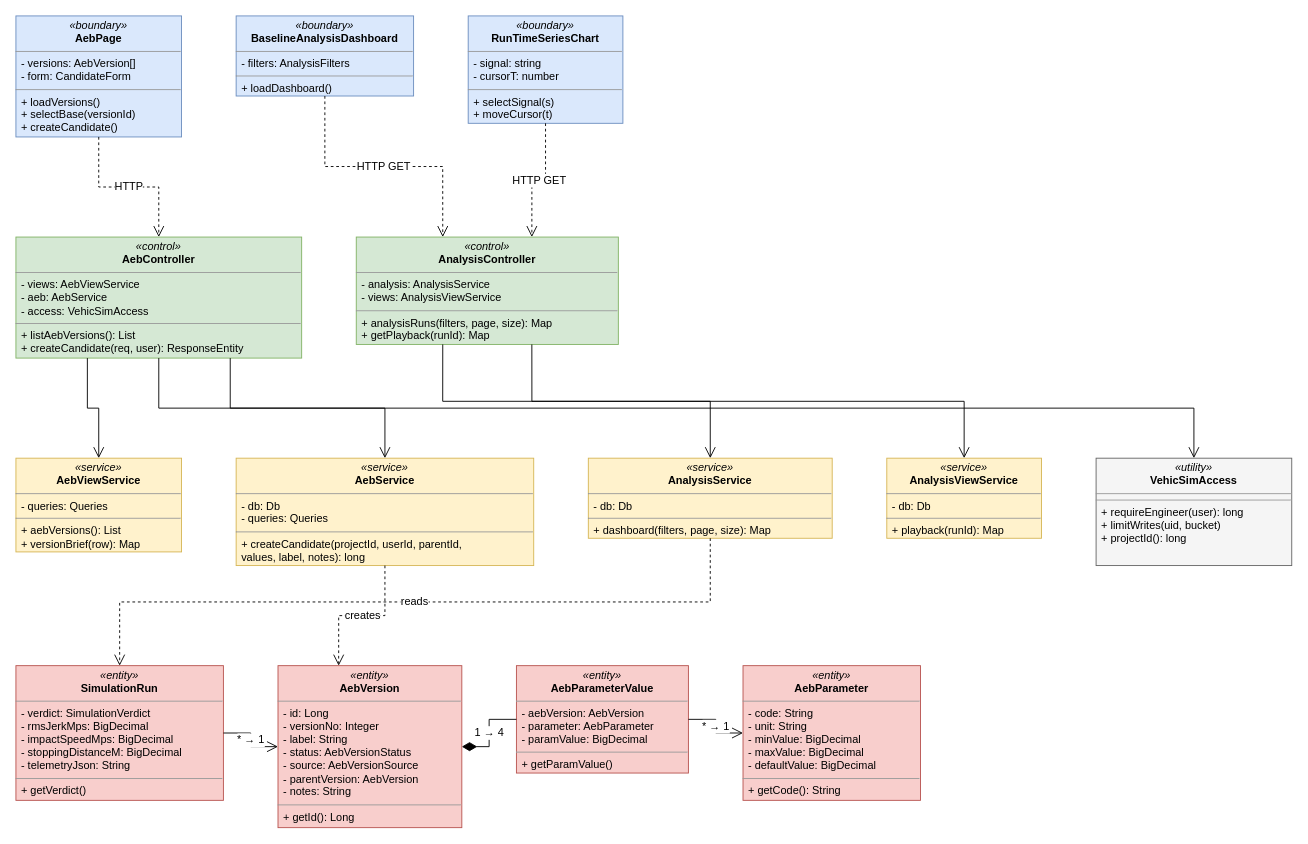
Above: docs/report/diagrams/fe09-11/fe10-class.drawio in Menakanchi/SEP490-FA26-G15 (draw.io), before the change. Source tidied: cells renumbered, new cells numbered last; positions are measured from the earlier drawing's top-left corner, leaving out a move shared by most shapes. Both pictures are drawn from the tidied source at 91%, with x=0, y=0 at pixel (15, 15).
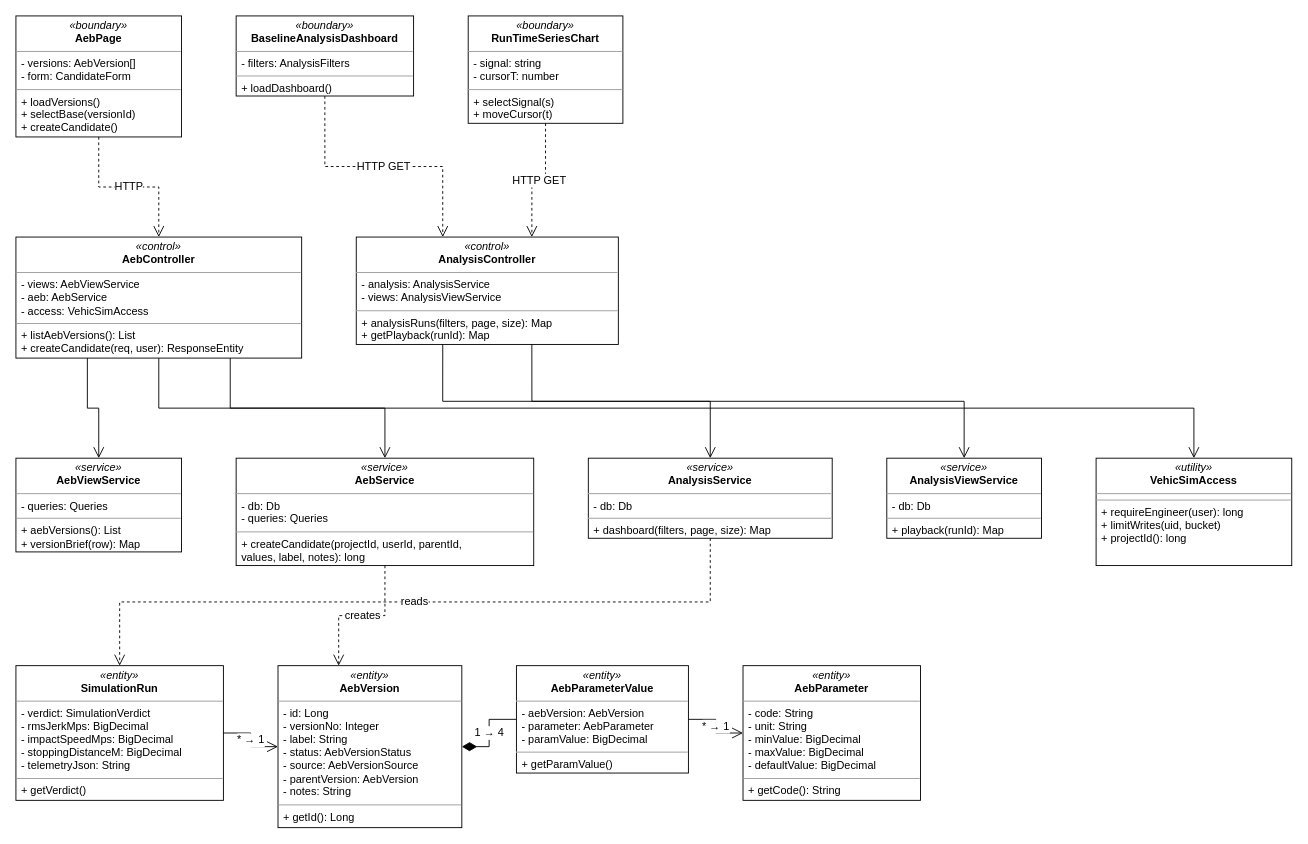
The same page after the edit.

Diff of the diagram source:
```diff
@@
-    <mxCell id="2" value="&lt;p style=&quot;margin:0;margin-top:4px;text-align:center;&quot;&gt;&lt;i&gt;&amp;laquo;boundary&amp;raquo;&lt;/i&gt;&lt;br&gt;&lt;b&gt;AebPage&lt;/b&gt;&lt;/p&gt;&lt;hr size=&quot;1&quot;&gt;&lt;p style=&quot;margin:0 0 0 6px;&quot;&gt;- versions: AebVersion[]&lt;br&gt;- form: CandidateForm&lt;/p&gt;&lt;hr size=&quot;1&quot;&gt;&lt;p style=&quot;margin:0 0 0 6px;&quot;&gt;+ loadVersions()&lt;br&gt;+ selectBase(versionId)&lt;br&gt;+ createCandidate()&lt;/p&gt;" style="verticalAlign=top;align=left;overflow=fill;html=1;whiteSpace=wrap;fontFamily=Helvetica;fontSize=12;fillColor=#dae8fc;strokeColor=#6c8ebf;" parent="1" vertex="1">
+    <mxCell id="2" value="&lt;p style=&quot;margin:0;margin-top:4px;text-align:center;&quot;&gt;&lt;i&gt;&amp;laquo;boundary&amp;raquo;&lt;/i&gt;&lt;br&gt;&lt;b&gt;AebPage&lt;/b&gt;&lt;/p&gt;&lt;hr size=&quot;1&quot;&gt;&lt;p style=&quot;margin:0 0 0 6px;&quot;&gt;- versions: AebVersion[]&lt;br&gt;- form: CandidateForm&lt;/p&gt;&lt;hr size=&quot;1&quot;&gt;&lt;p style=&quot;margin:0 0 0 6px;&quot;&gt;+ loadVersions()&lt;br&gt;+ selectBase(versionId)&lt;br&gt;+ createCandidate()&lt;/p&gt;" style="verticalAlign=top;align=left;overflow=fill;html=1;whiteSpace=wrap;fontFamily=Helvetica;fontSize=12;fillColor=#ffffff;strokeColor=#000000;" parent="1" vertex="1">
       <mxGeometry width="182" height="133" as="geometry" />
     </mxCell>
-    <mxCell id="3" value="&lt;p style=&quot;margin:0;margin-top:4px;text-align:center;&quot;&gt;&lt;i&gt;&amp;laquo;boundary&amp;raquo;&lt;/i&gt;&lt;br&gt;&lt;b&gt;BaselineAnalysisDashboard&lt;/b&gt;&lt;/p&gt;&lt;hr size=&quot;1&quot;&gt;&lt;p style=&quot;margin:0 0 0 6px;&quot;&gt;- filters: AnalysisFilters&lt;/p&gt;&lt;hr size=&quot;1&quot;&gt;&lt;p style=&quot;margin:0 0 0 6px;&quot;&gt;+ loadDashboard()&lt;/p&gt;" style="verticalAlign=top;align=left;overflow=fill;html=1;whiteSpace=wrap;fontFamily=Helvetica;fontSize=12;fillColor=#dae8fc;strokeColor=#6c8ebf;" parent="1" vertex="1">
+    <mxCell id="3" value="&lt;p style=&quot;margin:0;margin-top:4px;text-align:center;&quot;&gt;&lt;i&gt;&amp;laquo;boundary&amp;raquo;&lt;/i&gt;&lt;br&gt;&lt;b&gt;BaselineAnalysisDashboard&lt;/b&gt;&lt;/p&gt;&lt;hr size=&quot;1&quot;&gt;&lt;p style=&quot;margin:0 0 0 6px;&quot;&gt;- filters: AnalysisFilters&lt;/p&gt;&lt;hr size=&quot;1&quot;&gt;&lt;p style=&quot;margin:0 0 0 6px;&quot;&gt;+ loadDashboard()&lt;/p&gt;" style="verticalAlign=top;align=left;overflow=fill;html=1;whiteSpace=wrap;fontFamily=Helvetica;fontSize=12;fillColor=#ffffff;strokeColor=#000000;" parent="1" vertex="1">
       <mxGeometry x="242" width="195" height="88" as="geometry" />
     </mxCell>
-    <mxCell id="4" value="&lt;p style=&quot;margin:0;margin-top:4px;text-align:center;&quot;&gt;&lt;i&gt;&amp;laquo;boundary&amp;raquo;&lt;/i&gt;&lt;br&gt;&lt;b&gt;RunTimeSeriesChart&lt;/b&gt;&lt;/p&gt;&lt;hr size=&quot;1&quot;&gt;&lt;p style=&quot;margin:0 0 0 6px;&quot;&gt;- signal: string&lt;br&gt;- cursorT: number&lt;/p&gt;&lt;hr size=&quot;1&quot;&gt;&lt;p style=&quot;margin:0 0 0 6px;&quot;&gt;+ selectSignal(s)&lt;br&gt;+ moveCursor(t)&lt;/p&gt;" style="verticalAlign=top;align=left;overflow=fill;html=1;whiteSpace=wrap;fontFamily=Helvetica;fontSize=12;fillColor=#dae8fc;strokeColor=#6c8ebf;" parent="1" vertex="1">
+    <mxCell id="4" value="&lt;p style=&quot;margin:0;margin-top:4px;text-align:center;&quot;&gt;&lt;i&gt;&amp;laquo;boundary&amp;raquo;&lt;/i&gt;&lt;br&gt;&lt;b&gt;RunTimeSeriesChart&lt;/b&gt;&lt;/p&gt;&lt;hr size=&quot;1&quot;&gt;&lt;p style=&quot;margin:0 0 0 6px;&quot;&gt;- signal: string&lt;br&gt;- cursorT: number&lt;/p&gt;&lt;hr size=&quot;1&quot;&gt;&lt;p style=&quot;margin:0 0 0 6px;&quot;&gt;+ selectSignal(s)&lt;br&gt;+ moveCursor(t)&lt;/p&gt;" style="verticalAlign=top;align=left;overflow=fill;html=1;whiteSpace=wrap;fontFamily=Helvetica;fontSize=12;fillColor=#ffffff;strokeColor=#000000;" parent="1" vertex="1">
       <mxGeometry x="497" width="170" height="118" as="geometry" />
     </mxCell>
-    <mxCell id="5" value="&lt;p style=&quot;margin:0;margin-top:4px;text-align:center;&quot;&gt;&lt;i&gt;&amp;laquo;control&amp;raquo;&lt;/i&gt;&lt;br&gt;&lt;b&gt;AebController&lt;/b&gt;&lt;/p&gt;&lt;hr size=&quot;1&quot;&gt;&lt;p style=&quot;margin:0 0 0 6px;&quot;&gt;- views: AebViewService&lt;br&gt;- aeb: AebService&lt;br&gt;- access: VehicSimAccess&lt;/p&gt;&lt;hr size=&quot;1&quot;&gt;&lt;p style=&quot;margin:0 0 0 6px;&quot;&gt;+ listAebVersions(): List&lt;br&gt;+ createCandidate(req, user): ResponseEntity&lt;/p&gt;" style="verticalAlign=top;align=left;overflow=fill;html=1;whiteSpace=wrap;fontFamily=Helvetica;fontSize=12;fillColor=#d5e8d4;strokeColor=#82b366;" parent="1" vertex="1">
+    <mxCell id="5" value="&lt;p style=&quot;margin:0;margin-top:4px;text-align:center;&quot;&gt;&lt;i&gt;&amp;laquo;control&amp;raquo;&lt;/i&gt;&lt;br&gt;&lt;b&gt;AebController&lt;/b&gt;&lt;/p&gt;&lt;hr size=&quot;1&quot;&gt;&lt;p style=&quot;margin:0 0 0 6px;&quot;&gt;- views: AebViewService&lt;br&gt;- aeb: AebService&lt;br&gt;- access: VehicSimAccess&lt;/p&gt;&lt;hr size=&quot;1&quot;&gt;&lt;p style=&quot;margin:0 0 0 6px;&quot;&gt;+ listAebVersions(): List&lt;br&gt;+ createCandidate(req, user): ResponseEntity&lt;/p&gt;" style="verticalAlign=top;align=left;overflow=fill;html=1;whiteSpace=wrap;fontFamily=Helvetica;fontSize=12;fillColor=#ffffff;strokeColor=#000000;" parent="1" vertex="1">
       <mxGeometry y="243" width="314" height="133" as="geometry" />
     </mxCell>
-    <mxCell id="6" value="&lt;p style=&quot;margin:0;margin-top:4px;text-align:center;&quot;&gt;&lt;i&gt;&amp;laquo;control&amp;raquo;&lt;/i&gt;&lt;br&gt;&lt;b&gt;AnalysisController&lt;/b&gt;&lt;/p&gt;&lt;hr size=&quot;1&quot;&gt;&lt;p style=&quot;margin:0 0 0 6px;&quot;&gt;- analysis: AnalysisService&lt;br&gt;- views: AnalysisViewService&lt;/p&gt;&lt;hr size=&quot;1&quot;&gt;&lt;p style=&quot;margin:0 0 0 6px;&quot;&gt;+ analysisRuns(filters, page, size): Map&lt;br&gt;+ getPlayback(runId): Map&lt;/p&gt;" style="verticalAlign=top;align=left;overflow=fill;html=1;whiteSpace=wrap;fontFamily=Helvetica;fontSize=12;fillColor=#d5e8d4;strokeColor=#82b366;" parent="1" vertex="1">
+    <mxCell id="6" value="&lt;p style=&quot;margin:0;margin-top:4px;text-align:center;&quot;&gt;&lt;i&gt;&amp;laquo;control&amp;raquo;&lt;/i&gt;&lt;br&gt;&lt;b&gt;AnalysisController&lt;/b&gt;&lt;/p&gt;&lt;hr size=&quot;1&quot;&gt;&lt;p style=&quot;margin:0 0 0 6px;&quot;&gt;- analysis: AnalysisService&lt;br&gt;- views: AnalysisViewService&lt;/p&gt;&lt;hr size=&quot;1&quot;&gt;&lt;p style=&quot;margin:0 0 0 6px;&quot;&gt;+ analysisRuns(filters, page, size): Map&lt;br&gt;+ getPlayback(runId): Map&lt;/p&gt;" style="verticalAlign=top;align=left;overflow=fill;html=1;whiteSpace=wrap;fontFamily=Helvetica;fontSize=12;fillColor=#ffffff;strokeColor=#000000;" parent="1" vertex="1">
       <mxGeometry x="374" y="243" width="288" height="118" as="geometry" />
     </mxCell>
-    <mxCell id="7" value="&lt;p style=&quot;margin:0;margin-top:4px;text-align:center;&quot;&gt;&lt;i&gt;&amp;laquo;service&amp;raquo;&lt;/i&gt;&lt;br&gt;&lt;b&gt;AebViewService&lt;/b&gt;&lt;/p&gt;&lt;hr size=&quot;1&quot;&gt;&lt;p style=&quot;margin:0 0 0 6px;&quot;&gt;- queries: Queries&lt;/p&gt;&lt;hr size=&quot;1&quot;&gt;&lt;p style=&quot;margin:0 0 0 6px;&quot;&gt;+ aebVersions(): List&lt;br&gt;+ versionBrief(row): Map&lt;/p&gt;" style="verticalAlign=top;align=left;overflow=fill;html=1;whiteSpace=wrap;fontFamily=Helvetica;fontSize=12;fillColor=#fff2cc;strokeColor=#d6b656;" parent="1" vertex="1">
+    <mxCell id="7" value="&lt;p style=&quot;margin:0;margin-top:4px;text-align:center;&quot;&gt;&lt;i&gt;&amp;laquo;service&amp;raquo;&lt;/i&gt;&lt;br&gt;&lt;b&gt;AebViewService&lt;/b&gt;&lt;/p&gt;&lt;hr size=&quot;1&quot;&gt;&lt;p style=&quot;margin:0 0 0 6px;&quot;&gt;- queries: Queries&lt;/p&gt;&lt;hr size=&quot;1&quot;&gt;&lt;p style=&quot;margin:0 0 0 6px;&quot;&gt;+ aebVersions(): List&lt;br&gt;+ versionBrief(row): Map&lt;/p&gt;" style="verticalAlign=top;align=left;overflow=fill;html=1;whiteSpace=wrap;fontFamily=Helvetica;fontSize=12;fillColor=#ffffff;strokeColor=#000000;" parent="1" vertex="1">
       <mxGeometry y="486" width="182" height="103" as="geometry" />
     </mxCell>
-    <mxCell id="8" value="&lt;p style=&quot;margin:0;margin-top:4px;text-align:center;&quot;&gt;&lt;i&gt;&amp;laquo;service&amp;raquo;&lt;/i&gt;&lt;br&gt;&lt;b&gt;AebService&lt;/b&gt;&lt;/p&gt;&lt;hr size=&quot;1&quot;&gt;&lt;p style=&quot;margin:0 0 0 6px;&quot;&gt;- db: Db&lt;br&gt;- queries: Queries&lt;/p&gt;&lt;hr size=&quot;1&quot;&gt;&lt;p style=&quot;margin:0 0 0 6px;&quot;&gt;+ createCandidate(projectId, userId, parentId,&lt;br&gt;      values, label, notes): long&lt;/p&gt;" style="verticalAlign=top;align=left;overflow=fill;html=1;whiteSpace=wrap;fontFamily=Helvetica;fontSize=12;fillColor=#fff2cc;strokeColor=#d6b656;" parent="1" vertex="1">
+    <mxCell id="8" value="&lt;p style=&quot;margin:0;margin-top:4px;text-align:center;&quot;&gt;&lt;i&gt;&amp;laquo;service&amp;raquo;&lt;/i&gt;&lt;br&gt;&lt;b&gt;AebService&lt;/b&gt;&lt;/p&gt;&lt;hr size=&quot;1&quot;&gt;&lt;p style=&quot;margin:0 0 0 6px;&quot;&gt;- db: Db&lt;br&gt;- queries: Queries&lt;/p&gt;&lt;hr size=&quot;1&quot;&gt;&lt;p style=&quot;margin:0 0 0 6px;&quot;&gt;+ createCandidate(projectId, userId, parentId,&lt;br&gt;      values, label, notes): long&lt;/p&gt;" style="verticalAlign=top;align=left;overflow=fill;html=1;whiteSpace=wrap;fontFamily=Helvetica;fontSize=12;fillColor=#ffffff;strokeColor=#000000;" parent="1" vertex="1">
       <mxGeometry x="242" y="486" width="327" height="118" as="geometry" />
     </mxCell>
-    <mxCell id="9" value="&lt;p style=&quot;margin:0;margin-top:4px;text-align:center;&quot;&gt;&lt;i&gt;&amp;laquo;service&amp;raquo;&lt;/i&gt;&lt;br&gt;&lt;b&gt;AnalysisService&lt;/b&gt;&lt;/p&gt;&lt;hr size=&quot;1&quot;&gt;&lt;p style=&quot;margin:0 0 0 6px;&quot;&gt;- db: Db&lt;/p&gt;&lt;hr size=&quot;1&quot;&gt;&lt;p style=&quot;margin:0 0 0 6px;&quot;&gt;+ dashboard(filters, page, size): Map&lt;/p&gt;" style="verticalAlign=top;align=left;overflow=fill;html=1;whiteSpace=wrap;fontFamily=Helvetica;fontSize=12;fillColor=#fff2cc;strokeColor=#d6b656;" parent="1" vertex="1">
+    <mxCell id="9" value="&lt;p style=&quot;margin:0;margin-top:4px;text-align:center;&quot;&gt;&lt;i&gt;&amp;laquo;service&amp;raquo;&lt;/i&gt;&lt;br&gt;&lt;b&gt;AnalysisService&lt;/b&gt;&lt;/p&gt;&lt;hr size=&quot;1&quot;&gt;&lt;p style=&quot;margin:0 0 0 6px;&quot;&gt;- db: Db&lt;/p&gt;&lt;hr size=&quot;1&quot;&gt;&lt;p style=&quot;margin:0 0 0 6px;&quot;&gt;+ dashboard(filters, page, size): Map&lt;/p&gt;" style="verticalAlign=top;align=left;overflow=fill;html=1;whiteSpace=wrap;fontFamily=Helvetica;fontSize=12;fillColor=#ffffff;strokeColor=#000000;" parent="1" vertex="1">
       <mxGeometry x="629" y="486" width="268" height="88" as="geometry" />
     </mxCell>
-    <mxCell id="10" value="&lt;p style=&quot;margin:0;margin-top:4px;text-align:center;&quot;&gt;&lt;i&gt;&amp;laquo;service&amp;raquo;&lt;/i&gt;&lt;br&gt;&lt;b&gt;AnalysisViewService&lt;/b&gt;&lt;/p&gt;&lt;hr size=&quot;1&quot;&gt;&lt;p style=&quot;margin:0 0 0 6px;&quot;&gt;- db: Db&lt;/p&gt;&lt;hr size=&quot;1&quot;&gt;&lt;p style=&quot;margin:0 0 0 6px;&quot;&gt;+ playback(runId): Map&lt;/p&gt;" style="verticalAlign=top;align=left;overflow=fill;html=1;whiteSpace=wrap;fontFamily=Helvetica;fontSize=12;fillColor=#fff2cc;strokeColor=#d6b656;" parent="1" vertex="1">
+    <mxCell id="10" value="&lt;p style=&quot;margin:0;margin-top:4px;text-align:center;&quot;&gt;&lt;i&gt;&amp;laquo;service&amp;raquo;&lt;/i&gt;&lt;br&gt;&lt;b&gt;AnalysisViewService&lt;/b&gt;&lt;/p&gt;&lt;hr size=&quot;1&quot;&gt;&lt;p style=&quot;margin:0 0 0 6px;&quot;&gt;- db: Db&lt;/p&gt;&lt;hr size=&quot;1&quot;&gt;&lt;p style=&quot;margin:0 0 0 6px;&quot;&gt;+ playback(runId): Map&lt;/p&gt;" style="verticalAlign=top;align=left;overflow=fill;html=1;whiteSpace=wrap;fontFamily=Helvetica;fontSize=12;fillColor=#ffffff;strokeColor=#000000;" parent="1" vertex="1">
       <mxGeometry x="957" y="486" width="170" height="88" as="geometry" />
     </mxCell>
-    <mxCell id="11" value="&lt;p style=&quot;margin:0;margin-top:4px;text-align:center;&quot;&gt;&lt;i&gt;&amp;laquo;utility&amp;raquo;&lt;/i&gt;&lt;br&gt;&lt;b&gt;VehicSimAccess&lt;/b&gt;&lt;/p&gt;&lt;hr size=&quot;1&quot;&gt;&lt;p style=&quot;margin:0 0 0 6px;&quot;&gt;&lt;/p&gt;&lt;hr size=&quot;1&quot;&gt;&lt;p style=&quot;margin:0 0 0 6px;&quot;&gt;+ requireEngineer(user): long&lt;br&gt;+ limitWrites(uid, bucket)&lt;br&gt;+ projectId(): long&lt;/p&gt;" style="verticalAlign=top;align=left;overflow=fill;html=1;whiteSpace=wrap;fontFamily=Helvetica;fontSize=12;fillColor=#f5f5f5;strokeColor=#666666;" parent="1" vertex="1">
+    <mxCell id="11" value="&lt;p style=&quot;margin:0;margin-top:4px;text-align:center;&quot;&gt;&lt;i&gt;&amp;laquo;utility&amp;raquo;&lt;/i&gt;&lt;br&gt;&lt;b&gt;VehicSimAccess&lt;/b&gt;&lt;/p&gt;&lt;hr size=&quot;1&quot;&gt;&lt;p style=&quot;margin:0 0 0 6px;&quot;&gt;&lt;/p&gt;&lt;hr size=&quot;1&quot;&gt;&lt;p style=&quot;margin:0 0 0 6px;&quot;&gt;+ requireEngineer(user): long&lt;br&gt;+ limitWrites(uid, bucket)&lt;br&gt;+ projectId(): long&lt;/p&gt;" style="verticalAlign=top;align=left;overflow=fill;html=1;whiteSpace=wrap;fontFamily=Helvetica;fontSize=12;fillColor=#ffffff;strokeColor=#000000;" parent="1" vertex="1">
       <mxGeometry x="1187" y="486" width="215" height="118" as="geometry" />
     </mxCell>
-    <mxCell id="12" value="&lt;p style=&quot;margin:0;margin-top:4px;text-align:center;&quot;&gt;&lt;i&gt;&amp;laquo;entity&amp;raquo;&lt;/i&gt;&lt;br&gt;&lt;b&gt;SimulationRun&lt;/b&gt;&lt;/p&gt;&lt;hr size=&quot;1&quot;&gt;&lt;p style=&quot;margin:0 0 0 6px;&quot;&gt;- verdict: SimulationVerdict&lt;br&gt;- rmsJerkMps: BigDecimal&lt;br&gt;- impactSpeedMps: BigDecimal&lt;br&gt;- stoppingDistanceM: BigDecimal&lt;br&gt;- telemetryJson: String&lt;/p&gt;&lt;hr size=&quot;1&quot;&gt;&lt;p style=&quot;margin:0 0 0 6px;&quot;&gt;+ getVerdict()&lt;/p&gt;" style="verticalAlign=top;align=left;overflow=fill;html=1;whiteSpace=wrap;fontFamily=Helvetica;fontSize=12;fillColor=#f8cecc;strokeColor=#b85450;" parent="1" vertex="1">
+    <mxCell id="12" value="&lt;p style=&quot;margin:0;margin-top:4px;text-align:center;&quot;&gt;&lt;i&gt;&amp;laquo;entity&amp;raquo;&lt;/i&gt;&lt;br&gt;&lt;b&gt;SimulationRun&lt;/b&gt;&lt;/p&gt;&lt;hr size=&quot;1&quot;&gt;&lt;p style=&quot;margin:0 0 0 6px;&quot;&gt;- verdict: SimulationVerdict&lt;br&gt;- rmsJerkMps: BigDecimal&lt;br&gt;- impactSpeedMps: BigDecimal&lt;br&gt;- stoppingDistanceM: BigDecimal&lt;br&gt;- telemetryJson: String&lt;/p&gt;&lt;hr size=&quot;1&quot;&gt;&lt;p style=&quot;margin:0 0 0 6px;&quot;&gt;+ getVerdict()&lt;/p&gt;" style="verticalAlign=top;align=left;overflow=fill;html=1;whiteSpace=wrap;fontFamily=Helvetica;fontSize=12;fillColor=#ffffff;strokeColor=#000000;" parent="1" vertex="1">
       <mxGeometry y="714" width="228" height="148" as="geometry" />
     </mxCell>
-    <mxCell id="13" value="&lt;p style=&quot;margin:0;margin-top:4px;text-align:center;&quot;&gt;&lt;i&gt;&amp;laquo;entity&amp;raquo;&lt;/i&gt;&lt;br&gt;&lt;b&gt;AebVersion&lt;/b&gt;&lt;/p&gt;&lt;hr size=&quot;1&quot;&gt;&lt;p style=&quot;margin:0 0 0 6px;&quot;&gt;- id: Long&lt;br&gt;- versionNo: Integer&lt;br&gt;- label: String&lt;br&gt;- status: AebVersionStatus&lt;br&gt;- source: AebVersionSource&lt;br&gt;- parentVersion: AebVersion&lt;br&gt;- notes: String&lt;/p&gt;&lt;hr size=&quot;1&quot;&gt;&lt;p style=&quot;margin:0 0 0 6px;&quot;&gt;+ getId(): Long&lt;/p&gt;" style="verticalAlign=top;align=left;overflow=fill;html=1;whiteSpace=wrap;fontFamily=Helvetica;fontSize=12;fillColor=#f8cecc;strokeColor=#b85450;" parent="1" vertex="1">
+    <mxCell id="13" value="&lt;p style=&quot;margin:0;margin-top:4px;text-align:center;&quot;&gt;&lt;i&gt;&amp;laquo;entity&amp;raquo;&lt;/i&gt;&lt;br&gt;&lt;b&gt;AebVersion&lt;/b&gt;&lt;/p&gt;&lt;hr size=&quot;1&quot;&gt;&lt;p style=&quot;margin:0 0 0 6px;&quot;&gt;- id: Long&lt;br&gt;- versionNo: Integer&lt;br&gt;- label: String&lt;br&gt;- status: AebVersionStatus&lt;br&gt;- source: AebVersionSource&lt;br&gt;- parentVersion: AebVersion&lt;br&gt;- notes: String&lt;/p&gt;&lt;hr size=&quot;1&quot;&gt;&lt;p style=&quot;margin:0 0 0 6px;&quot;&gt;+ getId(): Long&lt;/p&gt;" style="verticalAlign=top;align=left;overflow=fill;html=1;whiteSpace=wrap;fontFamily=Helvetica;fontSize=12;fillColor=#ffffff;strokeColor=#000000;" parent="1" vertex="1">
       <mxGeometry x="288" y="714" width="202" height="178" as="geometry" />
     </mxCell>
-    <mxCell id="14" value="&lt;p style=&quot;margin:0;margin-top:4px;text-align:center;&quot;&gt;&lt;i&gt;&amp;laquo;entity&amp;raquo;&lt;/i&gt;&lt;br&gt;&lt;b&gt;AebParameterValue&lt;/b&gt;&lt;/p&gt;&lt;hr size=&quot;1&quot;&gt;&lt;p style=&quot;margin:0 0 0 6px;&quot;&gt;- aebVersion: AebVersion&lt;br&gt;- parameter: AebParameter&lt;br&gt;- paramValue: BigDecimal&lt;/p&gt;&lt;hr size=&quot;1&quot;&gt;&lt;p style=&quot;margin:0 0 0 6px;&quot;&gt;+ getParamValue()&lt;/p&gt;" style="verticalAlign=top;align=left;overflow=fill;html=1;whiteSpace=wrap;fontFamily=Helvetica;fontSize=12;fillColor=#f8cecc;strokeColor=#b85450;" parent="1" vertex="1">
+    <mxCell id="14" value="&lt;p style=&quot;margin:0;margin-top:4px;text-align:center;&quot;&gt;&lt;i&gt;&amp;laquo;entity&amp;raquo;&lt;/i&gt;&lt;br&gt;&lt;b&gt;AebParameterValue&lt;/b&gt;&lt;/p&gt;&lt;hr size=&quot;1&quot;&gt;&lt;p style=&quot;margin:0 0 0 6px;&quot;&gt;- aebVersion: AebVersion&lt;br&gt;- parameter: AebParameter&lt;br&gt;- paramValue: BigDecimal&lt;/p&gt;&lt;hr size=&quot;1&quot;&gt;&lt;p style=&quot;margin:0 0 0 6px;&quot;&gt;+ getParamValue()&lt;/p&gt;" style="verticalAlign=top;align=left;overflow=fill;html=1;whiteSpace=wrap;fontFamily=Helvetica;fontSize=12;fillColor=#ffffff;strokeColor=#000000;" parent="1" vertex="1">
       <mxGeometry x="550" y="714" width="189" height="118" as="geometry" />
     </mxCell>
-    <mxCell id="15" value="&lt;p style=&quot;margin:0;margin-top:4px;text-align:center;&quot;&gt;&lt;i&gt;&amp;laquo;entity&amp;raquo;&lt;/i&gt;&lt;br&gt;&lt;b&gt;AebParameter&lt;/b&gt;&lt;/p&gt;&lt;hr size=&quot;1&quot;&gt;&lt;p style=&quot;margin:0 0 0 6px;&quot;&gt;- code: String&lt;br&gt;- unit: String&lt;br&gt;- minValue: BigDecimal&lt;br&gt;- maxValue: BigDecimal&lt;br&gt;- defaultValue: BigDecimal&lt;/p&gt;&lt;hr size=&quot;1&quot;&gt;&lt;p style=&quot;margin:0 0 0 6px;&quot;&gt;+ getCode(): String&lt;/p&gt;" style="verticalAlign=top;align=left;overflow=fill;html=1;whiteSpace=wrap;fontFamily=Helvetica;fontSize=12;fillColor=#f8cecc;strokeColor=#b85450;" parent="1" vertex="1">
+    <mxCell id="15" value="&lt;p style=&quot;margin:0;margin-top:4px;text-align:center;&quot;&gt;&lt;i&gt;&amp;laquo;entity&amp;raquo;&lt;/i&gt;&lt;br&gt;&lt;b&gt;AebParameter&lt;/b&gt;&lt;/p&gt;&lt;hr size=&quot;1&quot;&gt;&lt;p style=&quot;margin:0 0 0 6px;&quot;&gt;- code: String&lt;br&gt;- unit: String&lt;br&gt;- minValue: BigDecimal&lt;br&gt;- maxValue: BigDecimal&lt;br&gt;- defaultValue: BigDecimal&lt;/p&gt;&lt;hr size=&quot;1&quot;&gt;&lt;p style=&quot;margin:0 0 0 6px;&quot;&gt;+ getCode(): String&lt;/p&gt;" style="verticalAlign=top;align=left;overflow=fill;html=1;whiteSpace=wrap;fontFamily=Helvetica;fontSize=12;fillColor=#ffffff;strokeColor=#000000;" parent="1" vertex="1">
       <mxGeometry x="799" y="714" width="195" height="148" as="geometry" />
     </mxCell>
```
